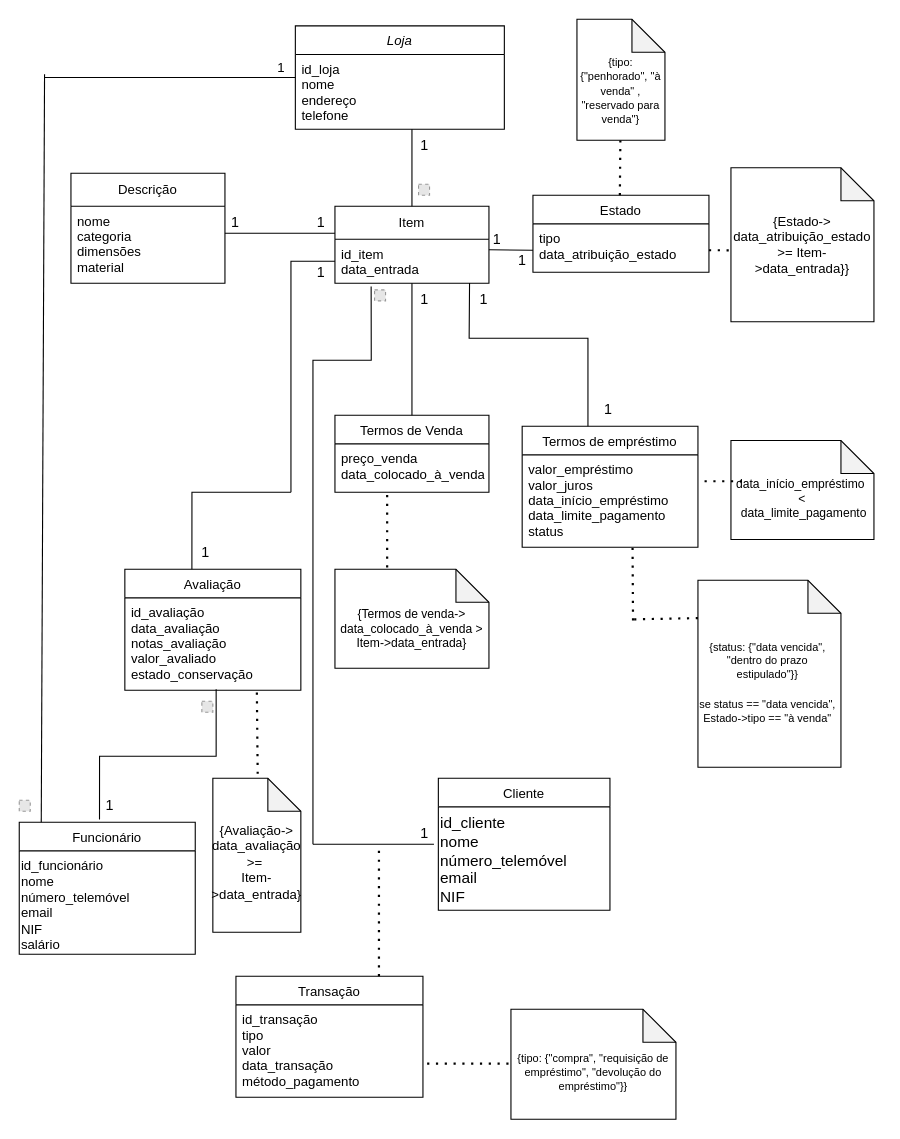
The draw.io diagram bdv3.drawio in JorjaKark/bd, before the edit. Source tidied: cells renumbered, new cells numbered last; positions are measured from the earlier drawing's top-left corner, leaving out a move shared by most shapes. Both pictures are drawn from the tidied source at 110%, with x=0, y=0 at pixel (19, 19). Pictures stored in the file or linked from it are replaced by grey dashed boxes.
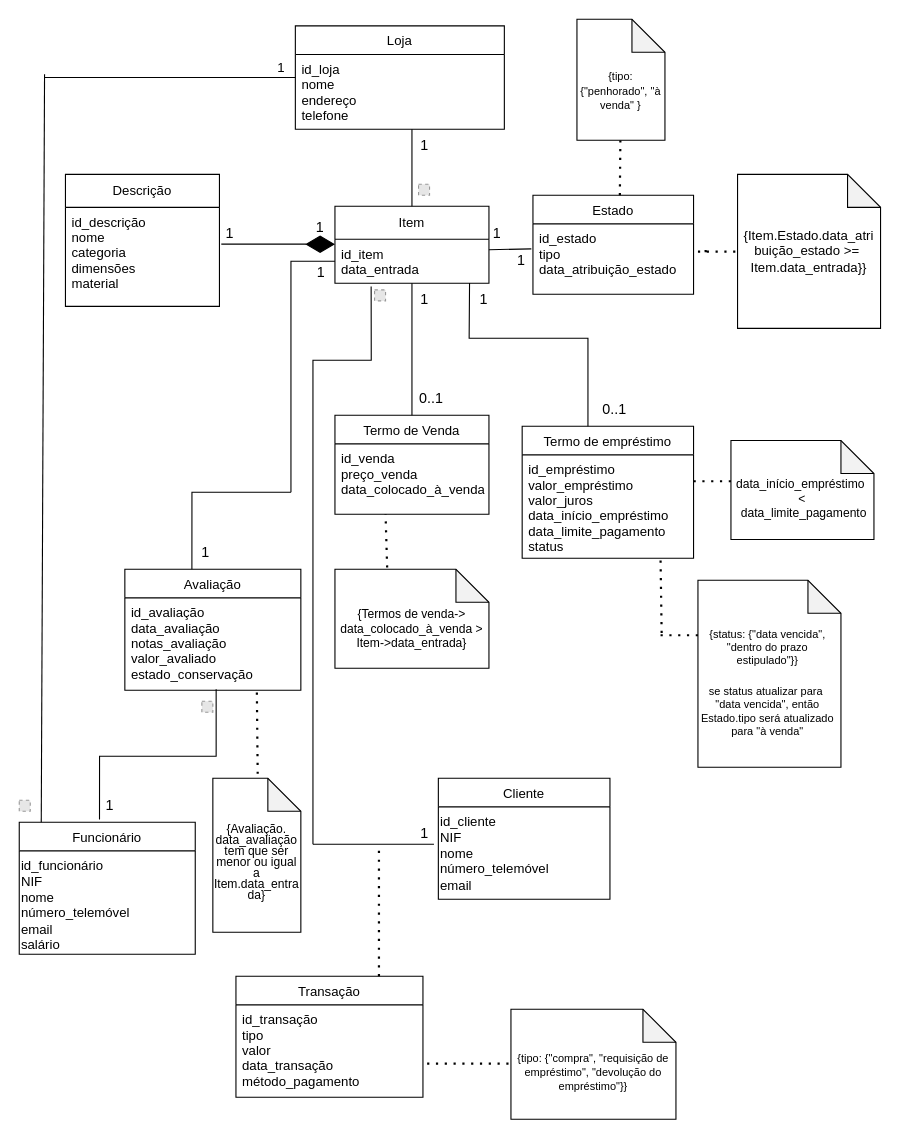
After the change.

Unchanged cells that the change refers to:
```xml
<mxCell id="30" value="&lt;p style=&quot;line-height: 110%; margin-top: 30px;&quot;&gt;&lt;font style=&quot;font-size: 11px;&quot;&gt;{Termos de venda-&amp;gt; data_colocado_à_venda &amp;gt; Item-&amp;gt;data_entrada} &lt;/font&gt;&lt;/p&gt;" style="shape=note;whiteSpace=wrap;html=1;backgroundOutline=1;darkOpacity=0.05;" parent="1" vertex="1">
  <mxGeometry x="287" y="500" width="140" height="90" as="geometry" />
</mxCell>
```

What changed in the source:
```diff
@@
-    <mxCell id="4" value="&lt;div&gt;id_funcionário&lt;br&gt;&lt;/div&gt;&lt;div&gt;nome&lt;/div&gt;&lt;div&gt;número_telemóvel&lt;/div&gt;&lt;div&gt;email&lt;/div&gt;&lt;div&gt;NIF&lt;/div&gt;&lt;div&gt;salário&lt;/div&gt;" style="text;whiteSpace=wrap;html=1;" parent="1" vertex="1">
+    <mxCell id="4" value="&lt;div&gt;id_funcionário&lt;/div&gt;&lt;div&gt;NIF&lt;br&gt;&lt;/div&gt;&lt;div&gt;nome&lt;/div&gt;&lt;div&gt;número_telemóvel&lt;/div&gt;&lt;div&gt;email&lt;/div&gt;&lt;div&gt;salário&lt;/div&gt;" style="text;whiteSpace=wrap;html=1;" parent="1" vertex="1">
       <mxGeometry y="756" width="160" height="78" as="geometry" />
     </mxCell>
-    <mxCell id="5" value="Loja" style="swimlane;fontStyle=2;align=center;verticalAlign=top;horizontal=1;startSize=26;rounded=0;shadow=0;strokeWidth=1;" parent="1" vertex="1">
+    <mxCell id="5" value="Loja" style="swimlane;fontStyle=0;align=center;verticalAlign=top;horizontal=1;startSize=26;rounded=0;shadow=0;strokeWidth=1;" parent="1" vertex="1">
       <mxGeometry x="251" y="6" width="190" height="94" as="geometry" />
     </mxCell>
@@
     <mxCell id="7" value="Estado" style="swimlane;fontStyle=0;align=center;verticalAlign=top;horizontal=1;startSize=26;rounded=0;shadow=0;strokeWidth=1;" parent="1" vertex="1">
-      <mxGeometry x="467" y="160" width="160" height="70" as="geometry" />
+      <mxGeometry x="467" y="160" width="146" height="90" as="geometry" />
     </mxCell>
+    <mxCell id="39" value="id_estado&#10;tipo&#10;data_atribuição_estado" style="text;align=left;verticalAlign=top;spacingLeft=4;spacingRight=4;overflow=hidden;points=[[0,0.5],[1,0.5]];portConstraint=eastwest;fontStyle=0;" parent="7" vertex="1">
+      <mxGeometry y="26" width="146" height="64" as="geometry" />
+    </mxCell>
@@
-    <mxCell id="9" style="endArrow=none;html=1;rounded=0;" parent="1" edge="1">
-      <mxGeometry relative="1" as="geometry">
-        <mxPoint x="287" y="194.5" as="sourcePoint" />
-        <mxPoint x="187" y="194.5" as="targetPoint" />
-        <Array as="points">
-          <mxPoint x="257" y="194.5" />
-        </Array>
-      </mxGeometry>
-    </mxCell>
@@
-    <mxCell id="11" value="Termos de empréstimo" style="swimlane;fontStyle=0;align=center;verticalAlign=top;horizontal=1;startSize=26;rounded=0;shadow=0;strokeWidth=1;" parent="1" vertex="1">
-      <mxGeometry x="457.2" y="370" width="159.8" height="110" as="geometry" />
+    <mxCell id="11" value="Termo de empréstimo" style="swimlane;fontStyle=0;align=center;verticalAlign=top;horizontal=1;startSize=26;rounded=0;shadow=0;strokeWidth=1;" parent="1" vertex="1">
+      <mxGeometry x="457.2" y="370" width="155.8" height="120" as="geometry" />
     </mxCell>
+    <mxCell id="42" value="id_empréstimo&#10;valor_empréstimo&#10;valor_juros&#10;data_início_empréstimo&#10;data_limite_pagamento&#10;status&#10;" style="text;align=left;verticalAlign=top;spacingLeft=4;spacingRight=4;overflow=hidden;points=[[0,0.5],[1,0.5]];portConstraint=eastwest;fontStyle=0;" parent="11" vertex="1">
+      <mxGeometry y="26" width="155.8" height="94" as="geometry" />
+    </mxCell>
     <mxCell id="12" value="Cliente" style="swimlane;fontStyle=0;align=center;verticalAlign=top;horizontal=1;startSize=26;rounded=0;shadow=0;strokeWidth=1;" parent="1" vertex="1">
-      <mxGeometry x="381" y="690" width="156" height="120" as="geometry" />
+      <mxGeometry x="381" y="690" width="156" height="110" as="geometry" />
     </mxCell>
-    <mxCell id="13" value="&lt;div align=&quot;justify&quot; style=&quot;font-size: 14px; line-height: 120%;&quot;&gt;&lt;font style=&quot;font-size: 14px;&quot;&gt;id_cliente&lt;br&gt;&lt;/font&gt;&lt;/div&gt;&lt;div style=&quot;font-size: 14px; line-height: 120%;&quot; align=&quot;justify&quot;&gt;&lt;font style=&quot;font-size: 14px;&quot;&gt;nome&lt;/font&gt;&lt;/div&gt;&lt;div style=&quot;font-size: 14px; line-height: 120%;&quot; align=&quot;justify&quot;&gt;&lt;font style=&quot;font-size: 14px;&quot;&gt;número_telemóvel&lt;/font&gt;&lt;/div&gt;&lt;div style=&quot;font-size: 14px; line-height: 120%;&quot; align=&quot;justify&quot;&gt;&lt;font style=&quot;font-size: 14px;&quot;&gt;email&lt;/font&gt;&lt;/div&gt;&lt;div align=&quot;justify&quot; style=&quot;font-size: 14px; line-height: 120%;&quot;&gt;&lt;font style=&quot;font-size: 14px;&quot;&gt;NIF&lt;br&gt;&lt;/font&gt;&lt;/div&gt;" style="text;whiteSpace=wrap;html=1;" parent="12" vertex="1">
+    <mxCell id="13" value="&lt;div align=&quot;justify&quot; style=&quot;line-height: 120%;&quot;&gt;&lt;font style=&quot;font-size: 12px;&quot;&gt;id_cliente&lt;br&gt;&lt;/font&gt;&lt;/div&gt;&lt;div align=&quot;justify&quot; style=&quot;line-height: 120%;&quot;&gt;&lt;font style=&quot;font-size: 12px;&quot;&gt;NIF&lt;br&gt;&lt;/font&gt;&lt;/div&gt;&lt;div style=&quot;line-height: 120%;&quot; align=&quot;justify&quot;&gt;&lt;font style=&quot;font-size: 12px;&quot;&gt;nome&lt;/font&gt;&lt;/div&gt;&lt;div style=&quot;line-height: 120%;&quot; align=&quot;justify&quot;&gt;&lt;font style=&quot;font-size: 12px;&quot;&gt;número_telemóvel&lt;/font&gt;&lt;/div&gt;&lt;div style=&quot;line-height: 120%;&quot; align=&quot;justify&quot;&gt;&lt;font style=&quot;font-size: 12px;&quot;&gt;email&lt;/font&gt;&lt;/div&gt;" style="text;whiteSpace=wrap;html=1;" parent="12" vertex="1">
       <mxGeometry y="26" width="156" height="74" as="geometry" />
     </mxCell>
@@
     <mxCell id="16" value="Descrição" style="swimlane;fontStyle=0;horizontal=1;startSize=30;whiteSpace=wrap;html=1;" parent="1" vertex="1">
-      <mxGeometry x="47" y="140" width="140" height="100" as="geometry" />
+      <mxGeometry x="42" y="141" width="140" height="120" as="geometry" />
     </mxCell>
+    <mxCell id="43" value="id_descrição&#10;nome&#10;categoria&#10;dimensões&#10;material&#10;" style="text;align=left;verticalAlign=top;spacingLeft=4;spacingRight=4;overflow=hidden;points=[[0,0.5],[1,0.5]];portConstraint=eastwest;fontStyle=0;" parent="16" vertex="1">
+      <mxGeometry y="30" width="140" height="90" as="geometry" />
+    </mxCell>
-    <mxCell id="17" value="Termos de Venda" style="swimlane;fontStyle=0;align=center;verticalAlign=top;horizontal=1;startSize=26;rounded=0;shadow=0;strokeWidth=1;" parent="1" vertex="1">
-      <mxGeometry x="287" y="360" width="140" height="70" as="geometry" />
+    <mxCell id="17" value="Termo de Venda" style="swimlane;fontStyle=0;align=center;verticalAlign=top;horizontal=1;startSize=26;rounded=0;shadow=0;strokeWidth=1;" parent="1" vertex="1">
+      <mxGeometry x="287" y="360" width="140" height="90" as="geometry" />
     </mxCell>
+    <mxCell id="44" value="id_venda&#10;preço_venda&#10;data_colocado_à_venda&#10;" style="text;align=left;verticalAlign=top;spacingLeft=4;spacingRight=4;overflow=hidden;points=[[0,0.5],[1,0.5]];portConstraint=eastwest;fontStyle=0;" parent="17" vertex="1">
+      <mxGeometry y="26" width="140" height="44" as="geometry" />
+    </mxCell>
@@
     <mxCell id="25" style="endArrow=none;dashed=1;html=1;dashPattern=1 3;strokeWidth=2;rounded=0;" parent="1" edge="1">
       <mxGeometry relative="1" as="geometry">
-        <mxPoint x="657" y="420" as="sourcePoint" />
-        <mxPoint x="617" y="420" as="targetPoint" />
+        <mxPoint x="647" y="420" as="sourcePoint" />
+        <mxPoint x="607" y="420" as="targetPoint" />
+        <Array as="points">
+          <mxPoint x="613" y="420" />
+        </Array>
       </mxGeometry>
     </mxCell>
-    <mxCell id="26" value="&lt;div style=&quot;font-size: 10px; padding-right: 3px; margin-bottom: 0px; margin-top: 16px;&quot; align=&quot;center&quot;&gt;&lt;font style=&quot;font-size: 10px;&quot;&gt;{status: {&quot;data vencida&quot;, &quot;dentro do prazo estipulado&quot;}}&lt;/font&gt;&lt;/div&gt;&lt;div style=&quot;font-size: 10px; padding-right: 3px; margin-bottom: 0px; margin-top: 16px;&quot; align=&quot;center&quot;&gt;&lt;font style=&quot;font-size: 10px;&quot;&gt;se status == &quot;data vencida&quot;, Estado-&amp;gt;tipo == &quot;à venda&quot;&lt;br&gt;&lt;/font&gt;&lt;/div&gt;" style="shape=note;whiteSpace=wrap;html=1;backgroundOutline=1;darkOpacity=0.05;align=center;" parent="1" vertex="1">
+    <mxCell id="26" value="&lt;div style=&quot;font-size: 10px; padding-right: 3px; margin-bottom: 0px; margin-top: 16px;&quot; align=&quot;center&quot;&gt;&lt;font style=&quot;font-size: 10px;&quot;&gt;{status: {&quot;data vencida&quot;, &quot;dentro do prazo estipulado&quot;}}&lt;/font&gt;&lt;/div&gt;&lt;div style=&quot;font-size: 10px; padding-right: 3px; margin-bottom: 0px; margin-top: 16px;&quot; align=&quot;center&quot;&gt;&lt;font style=&quot;font-size: 10px;&quot;&gt;se status atualizar para&amp;nbsp; &quot;data vencida&quot;, então Estado.tipo será atualizado para &quot;à venda&quot;&lt;br&gt;&lt;/font&gt;&lt;/div&gt;" style="shape=note;whiteSpace=wrap;html=1;backgroundOutline=1;darkOpacity=0.05;align=center;" parent="1" vertex="1">
       <mxGeometry x="617" y="510" width="130" height="170" as="geometry" />
     </mxCell>
@@
-    <mxCell id="29" value="&lt;div style=&quot;font-size: 11px; margin-top: 20px;&quot;&gt;&lt;font style=&quot;font-size: 10px;&quot;&gt;{tipo: {&quot;penhorado&quot;, &quot;à venda&quot; , &quot;reservado para venda&quot;}&lt;/font&gt;&lt;/div&gt;" style="shape=note;whiteSpace=wrap;html=1;backgroundOutline=1;darkOpacity=0.05;" parent="1" vertex="1">
+    <mxCell id="29" value="&lt;div style=&quot;font-size: 11px; margin-top: 20px;&quot;&gt;&lt;font style=&quot;font-size: 10px;&quot;&gt;{tipo: {&quot;penhorado&quot;, &quot;à venda&quot; }&lt;/font&gt;&lt;/div&gt;" style="shape=note;whiteSpace=wrap;html=1;backgroundOutline=1;darkOpacity=0.05;" parent="1" vertex="1">
       <mxGeometry x="507" width="80" height="110" as="geometry" />
     </mxCell>
@@
-    <mxCell id="31" value="{Estado-&amp;gt; data_atribuição_estado &amp;gt;= Item-&amp;gt;data_entrada}}" style="shape=note;whiteSpace=wrap;html=1;backgroundOutline=1;darkOpacity=0.05;" parent="1" vertex="1">
-      <mxGeometry x="647" y="135" width="130" height="140" as="geometry" />
+    <mxCell id="31" value="&lt;div&gt;{Item.Estado.data_atri&lt;/div&gt;&lt;div&gt;buição_estado &amp;gt;=&amp;nbsp;&lt;/div&gt;&lt;div&gt;Item.data_entrada}}&lt;/div&gt;" style="shape=note;whiteSpace=wrap;html=1;backgroundOutline=1;darkOpacity=0.05;" parent="1" vertex="1">
+      <mxGeometry x="653" y="141" width="130" height="140" as="geometry" />
     </mxCell>
@@
-    <mxCell id="33" value="&lt;p style=&quot;line-height: 110%;&quot;&gt;&lt;/p&gt;&lt;div style=&quot;margin-top: 25px;&quot;&gt;{Avaliação-&amp;gt; data_avaliação &amp;gt;=&amp;nbsp;&lt;/div&gt;&lt;div&gt;Item-&amp;gt;data_entrada}&lt;/div&gt;&lt;p&gt;&lt;/p&gt;" style="shape=note;whiteSpace=wrap;html=1;backgroundOutline=1;darkOpacity=0.05;" parent="1" vertex="1">
+    <mxCell id="33" value="&lt;p style=&quot;line-height: 110%;&quot;&gt;&lt;/p&gt;&lt;div style=&quot;margin-top: 25px; font-size: 11px; line-height: 90%;&quot;&gt;&lt;font style=&quot;font-size: 11px;&quot;&gt;{Avaliação. data_avaliação tem que ser menor ou igual a&lt;br&gt;&lt;/font&gt;&lt;/div&gt;&lt;div style=&quot;font-size: 11px; line-height: 90%;&quot;&gt;&lt;font style=&quot;font-size: 11px;&quot;&gt;Item.data_entra&lt;/font&gt;&lt;/div&gt;&lt;div style=&quot;font-size: 11px; line-height: 90%;&quot;&gt;&lt;font style=&quot;font-size: 11px;&quot;&gt;da}&lt;/font&gt;&lt;/div&gt;&lt;p&gt;&lt;/p&gt;" style="shape=note;whiteSpace=wrap;html=1;backgroundOutline=1;darkOpacity=0.05;" parent="1" vertex="1">
       <mxGeometry x="176" y="690" width="80" height="140" as="geometry" />
     </mxCell>
-    <mxCell id="34" style="endArrow=none;html=1;rounded=0;exitX=1;exitY=0.5;exitDx=0;exitDy=0;entryX=0;entryY=0.5;entryDx=0;entryDy=0;" parent="1" edge="1" target="39">
+    <mxCell id="34" style="endArrow=none;html=1;rounded=0;exitX=1;exitY=0.5;exitDx=0;exitDy=0;entryX=-0.01;entryY=0.356;entryDx=0;entryDy=0;entryPerimeter=0;" parent="1" edge="1" target="39">
       <mxGeometry relative="1" as="geometry">
         <mxPoint x="427" y="209.5" as="sourcePoint" />
       </mxGeometry>
     </mxCell>
@@
-    <mxCell id="37" style="endArrow=none;dashed=1;html=1;dashPattern=1 3;strokeWidth=2;rounded=0;exitX=1;exitY=0.5;exitDx=0;exitDy=0;entryX=0;entryY=0.536;entryDx=0;entryDy=0;entryPerimeter=0;" parent="1" edge="1" source="39" target="31">
-      <mxGeometry relative="1" as="geometry" />
-    </mxCell>
@@
-    <mxCell id="39" value="tipo&#10;data_atribuição_estado" style="text;align=left;verticalAlign=top;spacingLeft=4;spacingRight=4;overflow=hidden;points=[[0,0.5],[1,0.5]];portConstraint=eastwest;fontStyle=0;" parent="1" vertex="1">
-      <mxGeometry x="467" y="186" width="160" height="48" as="geometry" />
-    </mxCell>
@@
-    <mxCell id="42" value="valor_empréstimo&#10;valor_juros&#10;data_início_empréstimo&#10;data_limite_pagamento&#10;status&#10;" style="text;align=left;verticalAlign=top;spacingLeft=4;spacingRight=4;overflow=hidden;points=[[0,0.5],[1,0.5]];portConstraint=eastwest;fontStyle=0;" parent="1" vertex="1">
-      <mxGeometry x="457.2" y="396" width="159.8" height="84" as="geometry" />
-    </mxCell>
-    <mxCell id="43" value="nome&#10;categoria&#10;dimensões&#10;material&#10;" style="text;align=left;verticalAlign=top;spacingLeft=4;spacingRight=4;overflow=hidden;points=[[0,0.5],[1,0.5]];portConstraint=eastwest;fontStyle=0;" parent="1" vertex="1">
-      <mxGeometry x="47" y="170" width="140" height="70" as="geometry" />
-    </mxCell>
-    <mxCell id="44" value="preço_venda&#10;data_colocado_à_venda&#10;" style="text;align=left;verticalAlign=top;spacingLeft=4;spacingRight=4;overflow=hidden;points=[[0,0.5],[1,0.5]];portConstraint=eastwest;fontStyle=0;" parent="1" vertex="1">
-      <mxGeometry x="287" y="386" width="140" height="44" as="geometry" />
-    </mxCell>
-    <mxCell id="45" style="endArrow=none;dashed=1;html=1;dashPattern=1 3;strokeWidth=2;rounded=0;exitX=0.628;exitY=1.007;exitDx=0;exitDy=0;exitPerimeter=0;" parent="1" edge="1" source="42">
-      <mxGeometry relative="1" as="geometry">
-        <mxPoint x="558" y="550" as="targetPoint" />
-      </mxGeometry>
-    </mxCell>
-    <mxCell id="46" style="endArrow=none;dashed=1;html=1;dashPattern=1 3;strokeWidth=2;rounded=0;exitX=0.339;exitY=-0.017;exitDx=0;exitDy=0;exitPerimeter=0;entryX=0.339;entryY=1.023;entryDx=0;entryDy=0;entryPerimeter=0;" parent="1" edge="1" source="30" target="44">
-      <mxGeometry relative="1" as="geometry" />
+    <mxCell id="46" style="endArrow=none;dashed=1;html=1;dashPattern=1 3;strokeWidth=2;rounded=0;exitX=0.339;exitY=-0.017;exitDx=0;exitDy=0;exitPerimeter=0;" parent="1" edge="1" source="30">
+      <mxGeometry relative="1" as="geometry">
+        <mxPoint x="333" y="450" as="targetPoint" />
+      </mxGeometry>
     </mxCell>
@@
-    <mxCell id="50" style="endArrow=none;dashed=1;html=1;dashPattern=1 3;strokeWidth=2;rounded=0;exitX=0.01;exitY=0.197;exitDx=0;exitDy=0;exitPerimeter=0;" parent="1" edge="1">
-      <mxGeometry relative="1" as="geometry">
-        <mxPoint x="617" y="544.4" as="sourcePoint" />
-        <mxPoint x="555.7" y="545.6" as="targetPoint" />
-      </mxGeometry>
-    </mxCell>
@@
     <mxCell id="54" value="1" style="text;align=left;verticalAlign=top;spacingLeft=4;spacingRight=4;overflow=hidden;fontStyle=0;fontSize=13;" parent="1" vertex="1">
-      <mxGeometry x="187" y="170" width="22" height="30" as="geometry" />
+      <mxGeometry x="182" y="180" width="22" height="30" as="geometry" />
     </mxCell>
-    <mxCell id="55" value="1" style="text;align=left;verticalAlign=top;spacingLeft=4;spacingRight=4;overflow=hidden;fontStyle=0;fontSize=13;" parent="1" vertex="1">
-      <mxGeometry x="265" y="170" width="22" height="30" as="geometry" />
-    </mxCell>
     <mxCell id="56" value="1" style="text;align=left;verticalAlign=top;spacingLeft=4;spacingRight=4;overflow=hidden;fontStyle=0;fontSize=13;" parent="1" vertex="1">
-      <mxGeometry x="425" y="186" width="22" height="30" as="geometry" />
+      <mxGeometry x="425" y="180" width="22" height="30" as="geometry" />
     </mxCell>
     <mxCell id="57" value="1" style="text;align=left;verticalAlign=top;spacingLeft=4;spacingRight=4;overflow=hidden;fontStyle=0;fontSize=13;" parent="1" vertex="1">
-      <mxGeometry x="448" y="205" width="22" height="30" as="geometry" />
+      <mxGeometry x="447" y="205" width="22" height="30" as="geometry" />
     </mxCell>
@@
-    <mxCell id="59" value="1" style="text;align=left;verticalAlign=top;spacingLeft=4;spacingRight=4;overflow=hidden;fontStyle=0;fontSize=13;" parent="1" vertex="1">
-      <mxGeometry x="526.1" y="340" width="22" height="30" as="geometry" />
-    </mxCell>
@@
+    <mxCell id="68" value="0..1" style="text;align=left;verticalAlign=top;spacingLeft=4;spacingRight=4;overflow=hidden;fontStyle=0;fontSize=13;" parent="1" vertex="1">
+      <mxGeometry x="358" y="330" width="45" height="30" as="geometry" />
+    </mxCell>
+    <mxCell id="69" value="0..1" style="text;align=left;verticalAlign=top;spacingLeft=4;spacingRight=4;overflow=hidden;fontStyle=0;fontSize=13;" parent="1" vertex="1">
+      <mxGeometry x="524.5" y="340" width="45" height="30" as="geometry" />
+    </mxCell>
+    <mxCell id="70" style="endArrow=diamondThin;endFill=1;endSize=24;html=1;rounded=0;fontFamily=Helvetica;fontSize=12;fontColor=default;labelBackgroundColor=#ffffff;exitX=1.012;exitY=0.371;exitDx=0;exitDy=0;exitPerimeter=0;" parent="1" edge="1" source="43">
+      <mxGeometry relative="1" as="geometry">
+        <mxPoint x="287" y="204.5" as="targetPoint" />
+      </mxGeometry>
+    </mxCell>
+    <mxCell id="71" value="1" style="text;align=left;verticalAlign=top;spacingLeft=4;spacingRight=4;overflow=hidden;fontStyle=0;fontSize=13;" parent="1" vertex="1">
+      <mxGeometry x="264" y="175" width="22" height="30" as="geometry" />
+    </mxCell>
+    <mxCell id="72" style="endArrow=none;dashed=1;html=1;dashPattern=1 3;strokeWidth=2;rounded=0;" parent="1" edge="1">
+      <mxGeometry relative="1" as="geometry">
+        <mxPoint x="617" y="560" as="sourcePoint" />
+        <mxPoint x="577" y="560" as="targetPoint" />
+        <Array as="points">
+          <mxPoint x="583" y="560" />
+        </Array>
+      </mxGeometry>
+    </mxCell>
+    <mxCell id="73" style="endArrow=none;dashed=1;html=1;dashPattern=1 3;strokeWidth=2;rounded=0;exitX=0.339;exitY=-0.017;exitDx=0;exitDy=0;exitPerimeter=0;entryX=0.339;entryY=1.023;entryDx=0;entryDy=0;entryPerimeter=0;" parent="1" edge="1">
+      <mxGeometry relative="1" as="geometry">
+        <mxPoint x="584" y="558" as="sourcePoint" />
+        <mxPoint x="583" y="491" as="targetPoint" />
+      </mxGeometry>
+    </mxCell>
+    <mxCell id="74" style="endArrow=none;dashed=1;html=1;dashPattern=1 3;strokeWidth=2;rounded=0;" parent="1" edge="1">
+      <mxGeometry relative="1" as="geometry">
+        <mxPoint x="651" y="211.2" as="sourcePoint" />
+        <mxPoint x="627" y="210.6" as="targetPoint" />
+        <Array as="points">
+          <mxPoint x="617" y="211.2" />
+        </Array>
+      </mxGeometry>
+    </mxCell>
```
